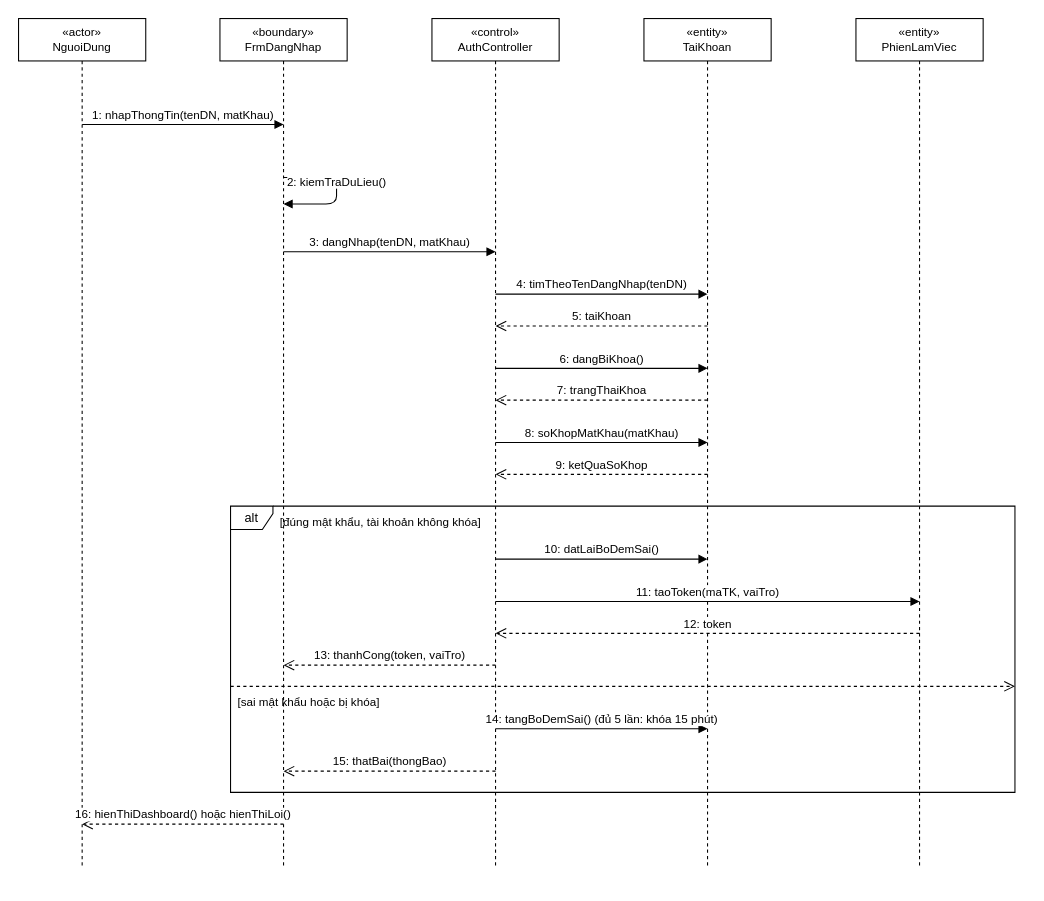
Before: docs/diagrams/03_TuanTu/UC_GD_001_Sequence_DangNhap.drawio in TranThienNhan8279/GreenDash, a draw.io diagram. Source tidied: cells renumbered, new cells numbered last; positions are measured from the earlier drawing's top-left corner, leaving out a move shared by most shapes. Both pictures are drawn from the tidied source at 106%, with x=0, y=0 at pixel (18, 18).
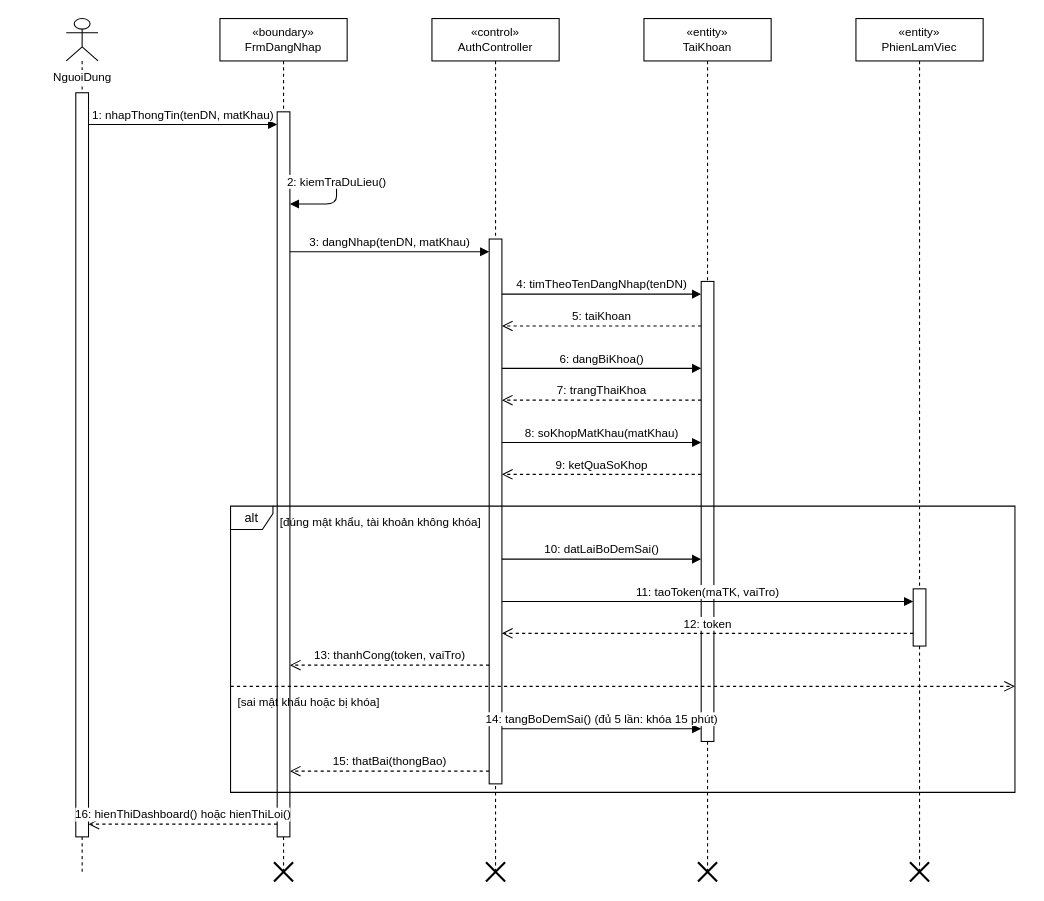
The same page after the edit.

What changed in the source:
```diff
@@
-    <mxCell id="2" value="«actor»&lt;br&gt;NguoiDung" style="shape=umlLifeline;perimeter=lifelinePerimeter;whiteSpace=wrap;html=1;fontSize=11;" parent="1" vertex="1">
-      <mxGeometry width="120" height="800" as="geometry" />
+    <mxCell id="2" value="NguoiDung" style="shape=umlLifeline;participant=umlActor;verticalAlign=top;spacingTop=42;labelBackgroundColor=#ffffff;perimeter=lifelinePerimeter;whiteSpace=nowrap;html=1;fontSize=11;" parent="1" vertex="1">
+      <mxGeometry x="45" width="30" height="805" as="geometry" />
     </mxCell>
     <mxCell id="3" value="«boundary»&lt;br&gt;FrmDangNhap" style="shape=umlLifeline;perimeter=lifelinePerimeter;whiteSpace=wrap;html=1;fontSize=11;" parent="1" vertex="1">
-      <mxGeometry x="190" width="120" height="800" as="geometry" />
+      <mxGeometry x="190" width="120" height="805" as="geometry" />
     </mxCell>
     <mxCell id="4" value="«control»&lt;br&gt;AuthController" style="shape=umlLifeline;perimeter=lifelinePerimeter;whiteSpace=wrap;html=1;fontSize=11;" parent="1" vertex="1">
-      <mxGeometry x="390" width="120" height="800" as="geometry" />
+      <mxGeometry x="390" width="120" height="805" as="geometry" />
     </mxCell>
     <mxCell id="5" value="«entity»&lt;br&gt;TaiKhoan" style="shape=umlLifeline;perimeter=lifelinePerimeter;whiteSpace=wrap;html=1;fontSize=11;" parent="1" vertex="1">
-      <mxGeometry x="590" width="120" height="800" as="geometry" />
+      <mxGeometry x="590" width="120" height="805" as="geometry" />
     </mxCell>
     <mxCell id="6" value="«entity»&lt;br&gt;PhienLamViec" style="shape=umlLifeline;perimeter=lifelinePerimeter;whiteSpace=wrap;html=1;fontSize=11;" parent="1" vertex="1">
-      <mxGeometry x="790" width="120" height="800" as="geometry" />
+      <mxGeometry x="790" width="120" height="805" as="geometry" />
     </mxCell>
+    <mxCell id="27" style="html=1;perimeter=orthogonalPerimeter;fillColor=#ffffff;strokeColor=#000000;" parent="1" vertex="1">
+      <mxGeometry x="54" y="70" width="12" height="702" as="geometry" />
+    </mxCell>
+    <mxCell id="28" style="html=1;perimeter=orthogonalPerimeter;fillColor=#ffffff;strokeColor=#000000;" parent="1" vertex="1">
+      <mxGeometry x="244" y="88" width="12" height="684" as="geometry" />
+    </mxCell>
+    <mxCell id="29" style="shape=umlDestroy;html=1;strokeWidth=2;strokeColor=#000000;" parent="1" vertex="1">
+      <mxGeometry x="241" y="796" width="18" height="18" as="geometry" />
+    </mxCell>
+    <mxCell id="30" style="html=1;perimeter=orthogonalPerimeter;fillColor=#ffffff;strokeColor=#000000;" parent="1" vertex="1">
+      <mxGeometry x="444" y="208" width="12" height="514" as="geometry" />
+    </mxCell>
+    <mxCell id="31" style="shape=umlDestroy;html=1;strokeWidth=2;strokeColor=#000000;" parent="1" vertex="1">
+      <mxGeometry x="441" y="796" width="18" height="18" as="geometry" />
+    </mxCell>
+    <mxCell id="32" style="html=1;perimeter=orthogonalPerimeter;fillColor=#ffffff;strokeColor=#000000;" parent="1" vertex="1">
+      <mxGeometry x="644" y="248" width="12" height="434" as="geometry" />
+    </mxCell>
+    <mxCell id="33" style="shape=umlDestroy;html=1;strokeWidth=2;strokeColor=#000000;" parent="1" vertex="1">
+      <mxGeometry x="641" y="796" width="18" height="18" as="geometry" />
+    </mxCell>
+    <mxCell id="34" style="html=1;perimeter=orthogonalPerimeter;fillColor=#ffffff;strokeColor=#000000;" parent="1" vertex="1">
+      <mxGeometry x="844" y="538" width="12" height="54" as="geometry" />
+    </mxCell>
+    <mxCell id="35" style="shape=umlDestroy;html=1;strokeWidth=2;strokeColor=#000000;" parent="1" vertex="1">
+      <mxGeometry x="841" y="796" width="18" height="18" as="geometry" />
+    </mxCell>
     <mxCell id="7" value="1: nhapThongTin(tenDN, matKhau)" style="html=1;verticalAlign=bottom;endArrow=block;endFill=1;" parent="1" edge="1">
       <mxGeometry relative="1" as="geometry">
-        <mxPoint x="60" y="100" as="sourcePoint" />
-        <mxPoint x="250" y="100" as="targetPoint" />
+        <mxPoint x="66" y="100" as="sourcePoint" />
+        <mxPoint x="244" y="100" as="targetPoint" />
       </mxGeometry>
     </mxCell>
     <mxCell id="8" value="2: kiemTraDuLieu()" style="html=1;verticalAlign=bottom;endArrow=block;endFill=1;" parent="1" edge="1">
       <mxGeometry relative="1" as="geometry">
-        <mxPoint x="250" y="150" as="sourcePoint" />
-        <mxPoint x="250" y="175" as="targetPoint" />
+        <mxPoint x="256" y="150" as="sourcePoint" />
+        <mxPoint x="256" y="175" as="targetPoint" />
         <Array as="points">
           <mxPoint x="300" y="150" />
           <mxPoint x="300" y="175" />
         </Array>
       </mxGeometry>
     </mxCell>
     <mxCell id="9" value="3: dangNhap(tenDN, matKhau)" style="html=1;verticalAlign=bottom;endArrow=block;endFill=1;" parent="1" edge="1">
       <mxGeometry relative="1" as="geometry">
-        <mxPoint x="250" y="220" as="sourcePoint" />
-        <mxPoint x="450" y="220" as="targetPoint" />
+        <mxPoint x="256" y="220" as="sourcePoint" />
+        <mxPoint x="444" y="220" as="targetPoint" />
       </mxGeometry>
     </mxCell>
     <mxCell id="10" value="4: timTheoTenDangNhap(tenDN)" style="html=1;verticalAlign=bottom;endArrow=block;endFill=1;" parent="1" edge="1">
       <mxGeometry relative="1" as="geometry">
-        <mxPoint x="450" y="260" as="sourcePoint" />
-        <mxPoint x="650" y="260" as="targetPoint" />
+        <mxPoint x="456" y="260" as="sourcePoint" />
+        <mxPoint x="644" y="260" as="targetPoint" />
       </mxGeometry>
     </mxCell>
     <mxCell id="11" value="5: taiKhoan" style="html=1;verticalAlign=bottom;endArrow=open;endSize=8;dashed=1;" parent="1" edge="1">
       <mxGeometry relative="1" as="geometry">
-        <mxPoint x="650" y="290" as="sourcePoint" />
-        <mxPoint x="450" y="290" as="targetPoint" />
+        <mxPoint x="644" y="290" as="sourcePoint" />
+        <mxPoint x="456" y="290" as="targetPoint" />
       </mxGeometry>
     </mxCell>
     <mxCell id="12" value="6: dangBiKhoa()" style="html=1;verticalAlign=bottom;endArrow=block;endFill=1;" parent="1" edge="1">
       <mxGeometry relative="1" as="geometry">
-        <mxPoint x="450" y="330" as="sourcePoint" />
-        <mxPoint x="650" y="330" as="targetPoint" />
+        <mxPoint x="456" y="330" as="sourcePoint" />
+        <mxPoint x="644" y="330" as="targetPoint" />
       </mxGeometry>
     </mxCell>
     <mxCell id="13" value="7: trangThaiKhoa" style="html=1;verticalAlign=bottom;endArrow=open;endSize=8;dashed=1;" parent="1" edge="1">
       <mxGeometry relative="1" as="geometry">
-        <mxPoint x="650" y="360" as="sourcePoint" />
-        <mxPoint x="450" y="360" as="targetPoint" />
+        <mxPoint x="644" y="360" as="sourcePoint" />
+        <mxPoint x="456" y="360" as="targetPoint" />
       </mxGeometry>
     </mxCell>
     <mxCell id="14" value="8: soKhopMatKhau(matKhau)" style="html=1;verticalAlign=bottom;endArrow=block;endFill=1;" parent="1" edge="1">
       <mxGeometry relative="1" as="geometry">
-        <mxPoint x="450" y="400" as="sourcePoint" />
-        <mxPoint x="650" y="400" as="targetPoint" />
+        <mxPoint x="456" y="400" as="sourcePoint" />
+        <mxPoint x="644" y="400" as="targetPoint" />
       </mxGeometry>
     </mxCell>
     <mxCell id="15" value="9: ketQuaSoKhop" style="html=1;verticalAlign=bottom;endArrow=open;endSize=8;dashed=1;" parent="1" edge="1">
       <mxGeometry relative="1" as="geometry">
-        <mxPoint x="650" y="430" as="sourcePoint" />
-        <mxPoint x="450" y="430" as="targetPoint" />
+        <mxPoint x="644" y="430" as="sourcePoint" />
+        <mxPoint x="456" y="430" as="targetPoint" />
       </mxGeometry>
     </mxCell>
@@
     <mxCell id="18" value="10: datLaiBoDemSai()" style="html=1;verticalAlign=bottom;endArrow=block;endFill=1;" parent="1" edge="1">
       <mxGeometry relative="1" as="geometry">
-        <mxPoint x="450" y="510" as="sourcePoint" />
-        <mxPoint x="650" y="510" as="targetPoint" />
+        <mxPoint x="456" y="510" as="sourcePoint" />
+        <mxPoint x="644" y="510" as="targetPoint" />
       </mxGeometry>
     </mxCell>
     <mxCell id="19" value="11: taoToken(maTK, vaiTro)" style="html=1;verticalAlign=bottom;endArrow=block;endFill=1;" parent="1" edge="1">
       <mxGeometry relative="1" as="geometry">
-        <mxPoint x="450" y="550" as="sourcePoint" />
-        <mxPoint x="850" y="550" as="targetPoint" />
+        <mxPoint x="456" y="550" as="sourcePoint" />
+        <mxPoint x="844" y="550" as="targetPoint" />
       </mxGeometry>
     </mxCell>
     <mxCell id="20" value="12: token" style="html=1;verticalAlign=bottom;endArrow=open;endSize=8;dashed=1;" parent="1" edge="1">
       <mxGeometry relative="1" as="geometry">
-        <mxPoint x="850" y="580" as="sourcePoint" />
-        <mxPoint x="450" y="580" as="targetPoint" />
+        <mxPoint x="844" y="580" as="sourcePoint" />
+        <mxPoint x="456" y="580" as="targetPoint" />
       </mxGeometry>
     </mxCell>
     <mxCell id="21" value="13: thanhCong(token, vaiTro)" style="html=1;verticalAlign=bottom;endArrow=open;endSize=8;dashed=1;" parent="1" edge="1">
       <mxGeometry relative="1" as="geometry">
-        <mxPoint x="450" y="610" as="sourcePoint" />
-        <mxPoint x="250" y="610" as="targetPoint" />
+        <mxPoint x="444" y="610" as="sourcePoint" />
+        <mxPoint x="256" y="610" as="targetPoint" />
       </mxGeometry>
     </mxCell>
@@
     <mxCell id="24" value="14: tangBoDemSai()  (đủ 5 lần: khóa 15 phút)" style="html=1;verticalAlign=bottom;endArrow=block;endFill=1;" parent="1" edge="1">
       <mxGeometry relative="1" as="geometry">
-        <mxPoint x="450" y="670" as="sourcePoint" />
-        <mxPoint x="650" y="670" as="targetPoint" />
+        <mxPoint x="456" y="670" as="sourcePoint" />
+        <mxPoint x="644" y="670" as="targetPoint" />
       </mxGeometry>
     </mxCell>
     <mxCell id="25" value="15: thatBai(thongBao)" style="html=1;verticalAlign=bottom;endArrow=open;endSize=8;dashed=1;" parent="1" edge="1">
       <mxGeometry relative="1" as="geometry">
-        <mxPoint x="450" y="710" as="sourcePoint" />
-        <mxPoint x="250" y="710" as="targetPoint" />
+        <mxPoint x="444" y="710" as="sourcePoint" />
+        <mxPoint x="256" y="710" as="targetPoint" />
       </mxGeometry>
     </mxCell>
     <mxCell id="26" value="16: hienThiDashboard() hoặc hienThiLoi()" style="html=1;verticalAlign=bottom;endArrow=open;endSize=8;dashed=1;" parent="1" edge="1">
       <mxGeometry relative="1" as="geometry">
-        <mxPoint x="250" y="760" as="sourcePoint" />
-        <mxPoint x="60" y="760" as="targetPoint" />
+        <mxPoint x="244" y="760" as="sourcePoint" />
+        <mxPoint x="66" y="760" as="targetPoint" />
       </mxGeometry>
     </mxCell>
```
